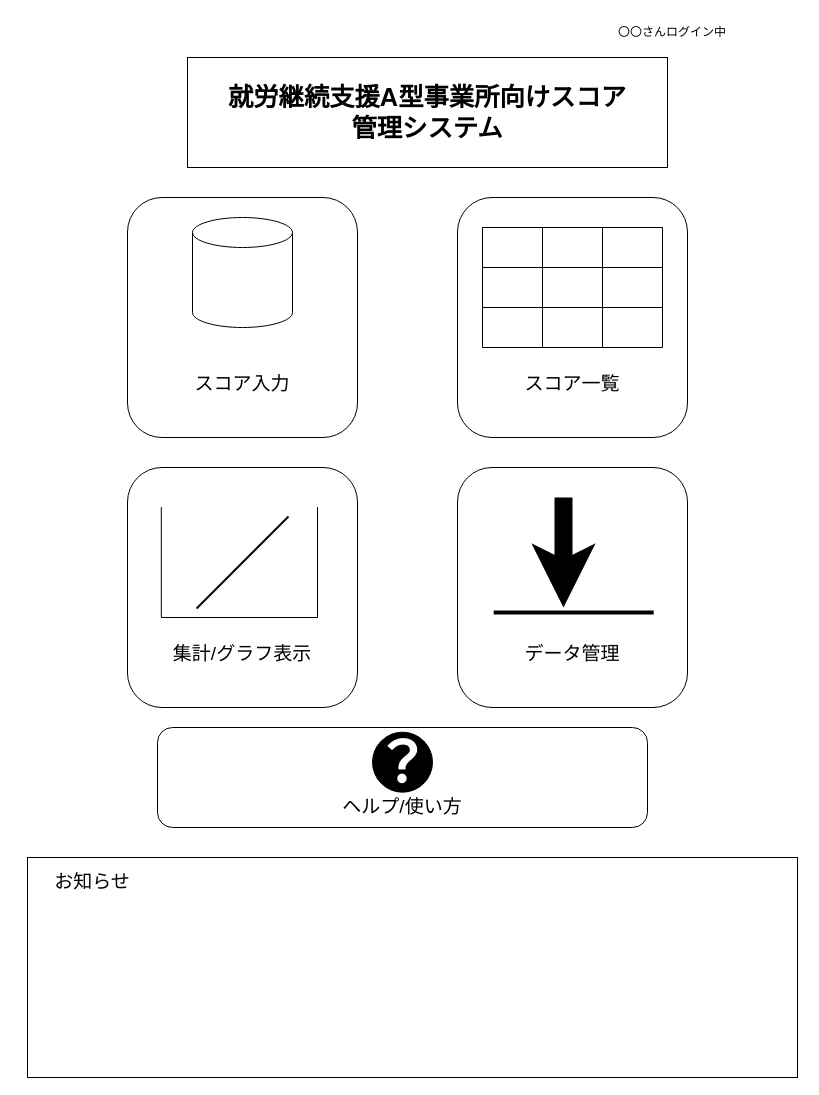
This is docs/wireframes/home_screen.drawio from knightbook/Employment-Support-Score-Management-System, a draw.io file, before an edit. Source tidied: cells renumbered, new cells numbered last; positions are measured from the earlier drawing's top-left corner, leaving out a move shared by most shapes. Both pictures are drawn from the tidied source at 100%, with x=0, y=0 at pixel (17, 17).
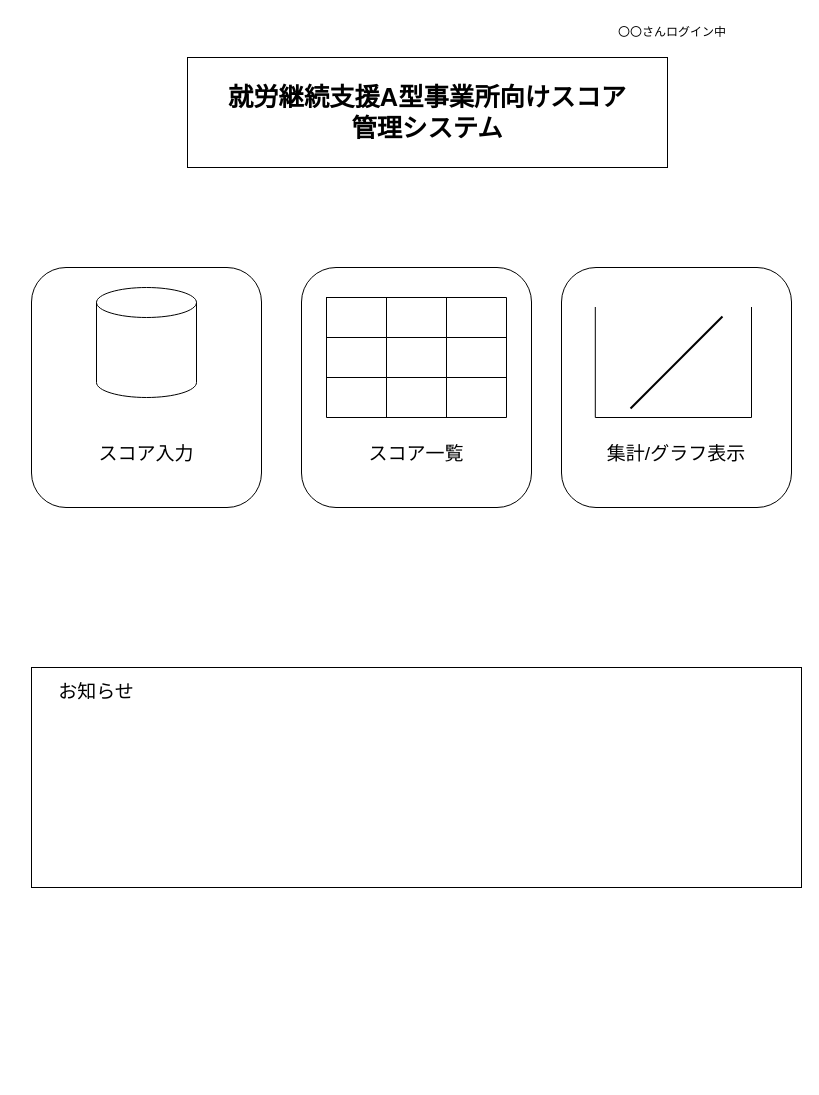
After the change.

What changed in the source:
```diff
@@
+    <mxCell id="42" style="group;" parent="1" vertex="1">
+      <mxGeometry x="4" y="650" width="780" height="220" as="geometry" />
+    </mxCell>
+    <mxCell id="40" style="rounded=0;whiteSpace=wrap;html=1;" parent="42" vertex="1">
+      <mxGeometry x="10" width="770" height="220" as="geometry" />
+    </mxCell>
+    <mxCell id="41" value="お知らせ" style="text;html=1;align=center;verticalAlign=middle;whiteSpace=wrap;rounded=0;fontSize=19;" parent="42" vertex="1">
+      <mxGeometry y="10" width="150" height="30" as="geometry" />
+    </mxCell>
+    <mxCell id="43" style="group;" parent="1" vertex="1">
+      <mxGeometry x="14" y="250" width="760" height="240" as="geometry" />
+    </mxCell>
-    <mxCell id="6" style="group;" parent="1" vertex="1">
-      <mxGeometry x="110" y="180" width="230" height="240" as="geometry" />
+    <mxCell id="6" style="group;" parent="43" vertex="1">
+      <mxGeometry width="230" height="240" as="geometry" />
     </mxCell>
@@
-    <mxCell id="10" style="group;" parent="1" vertex="1">
-      <mxGeometry x="440" y="180" width="230" height="240" as="geometry" />
+    <mxCell id="10" style="group;" parent="43" vertex="1">
+      <mxGeometry x="270" width="230" height="240" as="geometry" />
     </mxCell>
@@
-    <mxCell id="26" style="group;" parent="1" vertex="1">
-      <mxGeometry x="110" y="450" width="230" height="240" as="geometry" />
+    <mxCell id="26" style="group;" parent="43" vertex="1">
+      <mxGeometry x="530" width="230" height="240" as="geometry" />
     </mxCell>
@@
-    <mxCell id="31" style="group;" parent="1" vertex="1">
-      <mxGeometry x="440" y="450" width="230" height="240" as="geometry" />
-    </mxCell>
-    <mxCell id="32" style="rounded=1;whiteSpace=wrap;html=1;" parent="31" vertex="1">
-      <mxGeometry width="230" height="240" as="geometry" />
-    </mxCell>
-    <mxCell id="33" value="データ管理" style="text;html=1;align=center;verticalAlign=middle;whiteSpace=wrap;rounded=0;fontSize=19;" parent="31" vertex="1">
-      <mxGeometry x="33.8" y="155.3" width="162.4" height="63.5" as="geometry" />
-    </mxCell>
-    <mxCell id="34" style="line;strokeWidth=4;html=1;perimeter=backbonePerimeter;" parent="31" vertex="1">
-      <mxGeometry x="36.2" y="140" width="160" height="10" as="geometry" />
-    </mxCell>
-    <mxCell id="35" style="endArrow=classic;html=1;strokeWidth=18;" parent="31" edge="1">
-      <mxGeometry relative="1" as="geometry">
-        <mxPoint x="106" y="30" as="sourcePoint" />
-        <mxPoint x="106" y="140" as="targetPoint" />
-      </mxGeometry>
-    </mxCell>
-    <mxCell id="36" style="rounded=1;whiteSpace=wrap;html=1;" parent="1" vertex="1">
-      <mxGeometry x="140" y="710" width="490" height="100" as="geometry" />
-    </mxCell>
-    <mxCell id="37" value="ヘルプ/使い方" style="text;html=1;align=center;verticalAlign=middle;whiteSpace=wrap;rounded=0;fontSize=19;" parent="1" vertex="1">
-      <mxGeometry x="212" y="776.7" width="346.1" height="26.5" as="geometry" />
-    </mxCell>
-    <mxCell id="38" style="ellipse;whiteSpace=wrap;html=1;fillColor=#000000;" parent="1" vertex="1">
-      <mxGeometry x="355" y="714.7" width="60" height="60" as="geometry" />
-    </mxCell>
-    <mxCell id="39" value="&lt;font style=&quot;color: rgb(255, 255, 255);&quot;&gt;？&lt;/font&gt;" style="text;html=1;align=center;verticalAlign=middle;whiteSpace=wrap;rounded=0;strokeWidth=8;fontSize=56;fontStyle=1;" parent="1" vertex="1">
-      <mxGeometry x="352" y="715.7" width="65" height="60.3" as="geometry" />
-    </mxCell>
-    <mxCell id="40" style="rounded=0;whiteSpace=wrap;html=1;" parent="1" vertex="1">
-      <mxGeometry x="10" y="840" width="770" height="220" as="geometry" />
-    </mxCell>
-    <mxCell id="41" value="お知らせ" style="text;html=1;align=center;verticalAlign=middle;whiteSpace=wrap;rounded=0;fontSize=19;" parent="1" vertex="1">
-      <mxGeometry y="850" width="150" height="30" as="geometry" />
-    </mxCell>
```
